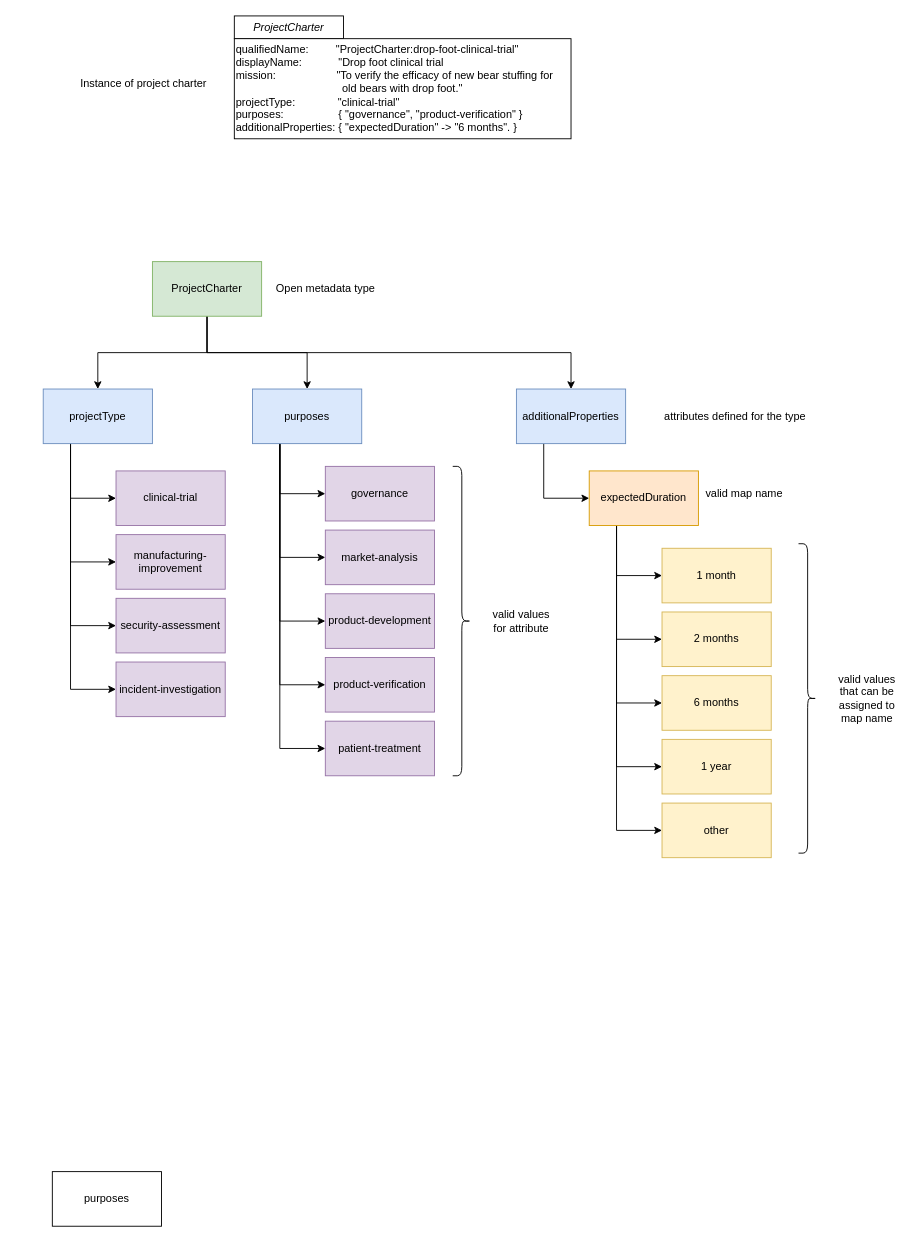
The draw.io diagram page "project-type-example" (2 of 2) of site/docs/guides/planning/valid-values/valid-metadata-values.drawio in odpi/egeria-docs, before the edit. Source tidied: cells renumbered, new cells numbered last; positions are measured from the earlier drawing's top-left corner, leaving out a move shared by most shapes. Both pictures are drawn from the tidied source at 91%, with x=0, y=0 at pixel (43, 15).
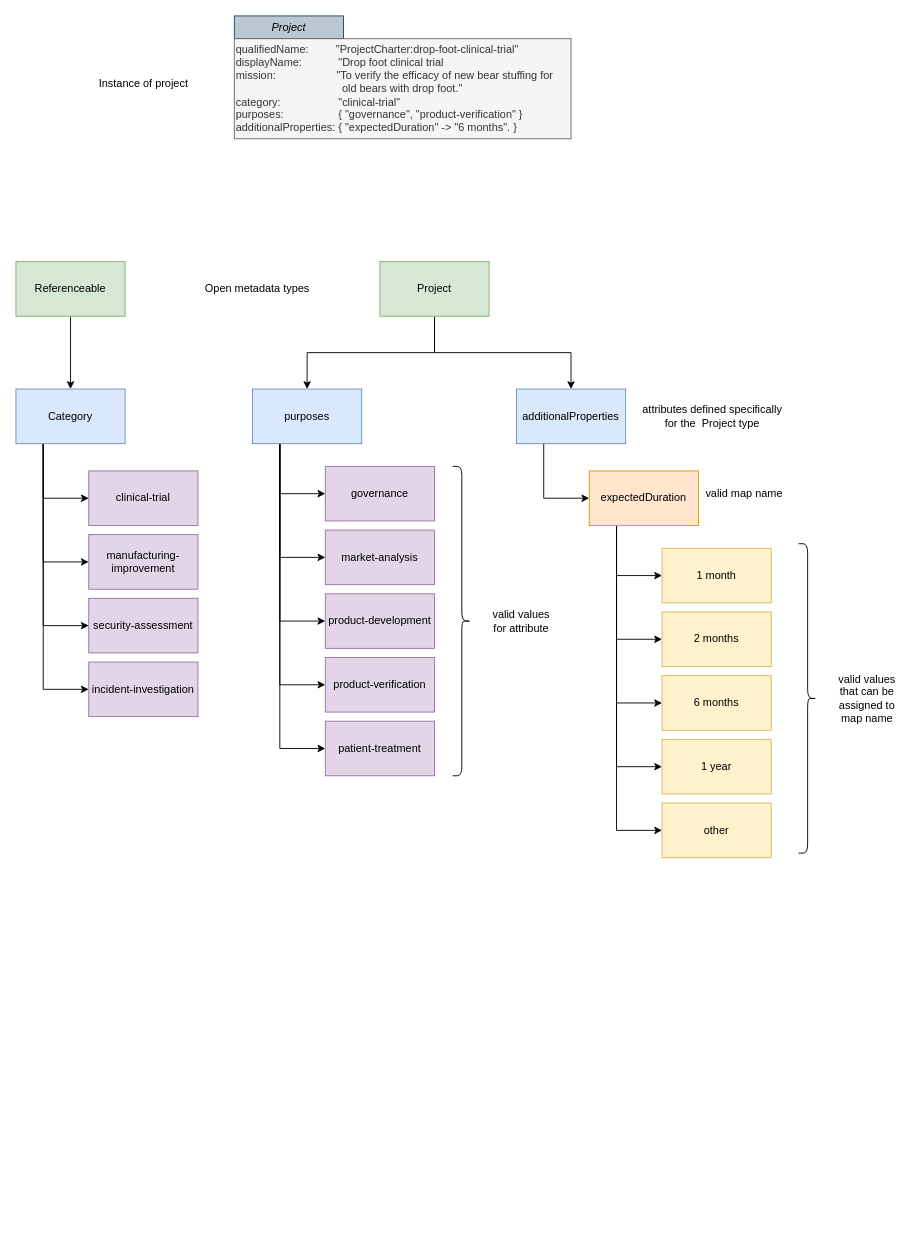
The same page after the edit.

Commit message (it also covers changes not shown here):
New valid value types for TechnologyTypes and SpecificationPropertyValues

Unchanged cells that the change refers to:
```xml
<mxCell id="20" value="purposes" style="rounded=0;whiteSpace=wrap;html=1;fillColor=#dae8fc;strokeColor=#6c8ebf;" parent="1" vertex="1">
  <mxGeometry x="230" y="410" width="120" height="60" as="geometry" />
</mxCell>
```

What changed in the source:
```diff
@@
-    <mxCell id="6" value="projectType" style="rounded=0;whiteSpace=wrap;html=1;fillColor=#dae8fc;strokeColor=#6c8ebf;" parent="1" vertex="1">
-      <mxGeometry y="410" width="120" height="60" as="geometry" />
+    <mxCell id="6" value="Category" style="rounded=0;whiteSpace=wrap;html=1;fillColor=#dae8fc;strokeColor=#6c8ebf;" parent="1" vertex="1">
+      <mxGeometry x="-30" y="410" width="120" height="60" as="geometry" />
     </mxCell>
     <mxCell id="7" value="clinical-trial" style="rounded=0;whiteSpace=wrap;html=1;fillColor=#e1d5e7;strokeColor=#9673a6;" parent="1" vertex="1">
-      <mxGeometry x="80" y="500" width="120" height="60" as="geometry" />
+      <mxGeometry x="50" y="500" width="120" height="60" as="geometry" />
     </mxCell>
     <mxCell id="8" value="manufacturing-improvement" style="rounded=0;whiteSpace=wrap;html=1;fillColor=#e1d5e7;strokeColor=#9673a6;" parent="1" vertex="1">
-      <mxGeometry x="80" y="570" width="120" height="60" as="geometry" />
+      <mxGeometry x="50" y="570" width="120" height="60" as="geometry" />
     </mxCell>
-    <mxCell id="9" style="edgeStyle=orthogonalEdgeStyle;rounded=0;jettySize=auto;html=1;exitX=0.5;exitY=1;exitDx=0;exitDy=0;entryX=0.5;entryY=0;entryDx=0;entryDy=0;" parent="1" edge="1" source="12" target="6">
+    <mxCell id="9" style="edgeStyle=orthogonalEdgeStyle;rounded=0;jettySize=auto;html=1;exitX=0.5;exitY=1;exitDx=0;exitDy=0;entryX=0.5;entryY=0;entryDx=0;entryDy=0;" parent="1" edge="1" source="50" target="6">
       <mxGeometry relative="1" as="geometry" />
     </mxCell>
     <mxCell id="10" style="edgeStyle=orthogonalEdgeStyle;rounded=0;jettySize=auto;html=1;exitX=0.5;exitY=1;exitDx=0;exitDy=0;entryX=0.5;entryY=0;entryDx=0;entryDy=0;" parent="1" edge="1" source="12" target="20">
       <mxGeometry relative="1" as="geometry">
         <Array as="points">
-          <mxPoint x="180" y="370" />
+          <mxPoint x="430" y="370" />
           <mxPoint x="290" y="370" />
         </Array>
       </mxGeometry>
     </mxCell>
@@
-    <mxCell id="12" value="ProjectCharter" style="rounded=0;whiteSpace=wrap;html=1;fillColor=#d5e8d4;strokeColor=#82b366;" parent="1" vertex="1">
-      <mxGeometry x="120" y="270" width="120" height="60" as="geometry" />
+    <mxCell id="12" value="Project" style="rounded=0;whiteSpace=wrap;html=1;fillColor=#d5e8d4;strokeColor=#82b366;" parent="1" vertex="1">
+      <mxGeometry x="370" y="270" width="120" height="60" as="geometry" />
     </mxCell>
     <mxCell id="13" value="security-assessment" style="rounded=0;whiteSpace=wrap;html=1;fillColor=#e1d5e7;strokeColor=#9673a6;" parent="1" vertex="1">
-      <mxGeometry x="80" y="640" width="120" height="60" as="geometry" />
+      <mxGeometry x="50" y="640" width="120" height="60" as="geometry" />
     </mxCell>
     <mxCell id="14" value="incident-investigation" style="rounded=0;whiteSpace=wrap;html=1;fillColor=#e1d5e7;strokeColor=#9673a6;" parent="1" vertex="1">
-      <mxGeometry x="80" y="710" width="120" height="60" as="geometry" />
+      <mxGeometry x="50" y="710" width="120" height="60" as="geometry" />
     </mxCell>
@@
-    <mxCell id="26" value="ProjectCharter" style="rounded=0;whiteSpace=wrap;html=1;fontStyle=2;" parent="1" vertex="1">
+    <mxCell id="26" value="Project" style="rounded=0;whiteSpace=wrap;html=1;fontStyle=2;fillColor=#bac8d3;strokeColor=#23445d;fontColor=#000000;" parent="1" vertex="1">
       <mxGeometry x="210" width="120" height="25" as="geometry" />
     </mxCell>
-    <mxCell id="27" value="qualifiedName:&amp;nbsp; &amp;nbsp; &amp;nbsp; &amp;nbsp; &amp;nbsp;&quot;ProjectCharter:drop-foot-clinical-trial&quot;&lt;br&gt;displayName:&amp;nbsp; &amp;nbsp; &amp;nbsp; &amp;nbsp; &amp;nbsp; &amp;nbsp; &quot;Drop foot clinical trial&lt;br&gt;mission:&amp;nbsp; &amp;nbsp; &amp;nbsp; &amp;nbsp; &amp;nbsp; &amp;nbsp; &amp;nbsp; &amp;nbsp; &amp;nbsp; &amp;nbsp; &quot;To verify the efficacy of new bear stuffing for &lt;br&gt;&amp;nbsp; &amp;nbsp; &amp;nbsp; &amp;nbsp; &amp;nbsp; &amp;nbsp; &amp;nbsp; &amp;nbsp; &amp;nbsp; &amp;nbsp; &amp;nbsp; &amp;nbsp; &amp;nbsp; &amp;nbsp; &amp;nbsp; &amp;nbsp; &amp;nbsp; &amp;nbsp;old bears with drop foot.&quot;&lt;br&gt;projectType:&amp;nbsp; &amp;nbsp; &amp;nbsp; &amp;nbsp; &amp;nbsp; &amp;nbsp; &amp;nbsp; &quot;clinical-trial&quot;&lt;br&gt;purposes:&amp;nbsp; &amp;nbsp; &amp;nbsp; &amp;nbsp; &amp;nbsp; &amp;nbsp; &amp;nbsp; &amp;nbsp; &amp;nbsp; { &quot;governance&quot;, &quot;product-verification&quot; }&lt;br&gt;additionalProperties: { &quot;expectedDuration&quot; -&amp;gt; &quot;6 months&quot;. }" style="rounded=0;whiteSpace=wrap;html=1;align=left;" parent="1" vertex="1">
+    <mxCell id="27" value="qualifiedName:&amp;nbsp; &amp;nbsp; &amp;nbsp; &amp;nbsp; &amp;nbsp;&quot;ProjectCharter:drop-foot-clinical-trial&quot;&lt;br&gt;displayName:&amp;nbsp; &amp;nbsp; &amp;nbsp; &amp;nbsp; &amp;nbsp; &amp;nbsp; &quot;Drop foot clinical trial&lt;br&gt;mission:&amp;nbsp; &amp;nbsp; &amp;nbsp; &amp;nbsp; &amp;nbsp; &amp;nbsp; &amp;nbsp; &amp;nbsp; &amp;nbsp; &amp;nbsp; &quot;To verify the efficacy of new bear stuffing for &lt;br&gt;&amp;nbsp; &amp;nbsp; &amp;nbsp; &amp;nbsp; &amp;nbsp; &amp;nbsp; &amp;nbsp; &amp;nbsp; &amp;nbsp; &amp;nbsp; &amp;nbsp; &amp;nbsp; &amp;nbsp; &amp;nbsp; &amp;nbsp; &amp;nbsp; &amp;nbsp; &amp;nbsp;old bears with drop foot.&quot;&lt;br&gt;category:&amp;nbsp; &amp;nbsp; &amp;nbsp; &amp;nbsp; &amp;nbsp; &amp;nbsp; &amp;nbsp; &amp;nbsp; &amp;nbsp; &amp;nbsp;&quot;clinical-trial&quot;&lt;br&gt;purposes:&amp;nbsp; &amp;nbsp; &amp;nbsp; &amp;nbsp; &amp;nbsp; &amp;nbsp; &amp;nbsp; &amp;nbsp; &amp;nbsp; { &quot;governance&quot;, &quot;product-verification&quot; }&lt;br&gt;additionalProperties: { &quot;expectedDuration&quot; -&amp;gt; &quot;6 months&quot;. }" style="rounded=0;whiteSpace=wrap;html=1;align=left;fillColor=#f5f5f5;fontColor=#333333;strokeColor=#666666;" parent="1" vertex="1">
       <mxGeometry x="210" y="25" width="370" height="110" as="geometry" />
     </mxCell>
-    <mxCell id="28" value="purposes" style="rounded=0;whiteSpace=wrap;html=1;" parent="1" vertex="1">
-      <mxGeometry x="10" y="1270" width="120" height="60" as="geometry" />
-    </mxCell>
@@
-    <mxCell id="42" value="Open metadata type" style="text;html=1;align=center;verticalAlign=middle;strokeColor=none;fillColor=none;" parent="1" vertex="1">
-      <mxGeometry x="245" y="285" width="130" height="30" as="geometry" />
+    <mxCell id="42" value="Open metadata types" style="text;html=1;align=center;verticalAlign=middle;strokeColor=none;fillColor=none;" parent="1" vertex="1">
+      <mxGeometry x="165" y="285" width="140" height="30" as="geometry" />
     </mxCell>
-    <mxCell id="43" value="attributes defined for the type" style="text;html=1;align=center;verticalAlign=middle;strokeColor=none;fillColor=none;" parent="1" vertex="1">
-      <mxGeometry x="670" y="425" width="180" height="30" as="geometry" />
+    <mxCell id="43" value="attributes defined specifically&lt;div&gt;for the&amp;nbsp; Project type&lt;/div&gt;" style="text;html=1;align=center;verticalAlign=middle;strokeColor=none;fillColor=none;" parent="1" vertex="1">
+      <mxGeometry x="645" y="420" width="180" height="40" as="geometry" />
     </mxCell>
@@
-    <mxCell id="49" value="Instance of project charter" style="text;html=1;align=center;verticalAlign=middle;strokeColor=none;fillColor=none;" parent="1" vertex="1">
-      <mxGeometry x="30" y="60" width="160" height="30" as="geometry" />
+    <mxCell id="49" value="Instance of project" style="text;html=1;align=center;verticalAlign=middle;strokeColor=none;fillColor=none;" parent="1" vertex="1">
+      <mxGeometry x="50" y="60" width="120" height="30" as="geometry" />
     </mxCell>
+    <mxCell id="50" value="Referenceable" style="rounded=0;whiteSpace=wrap;html=1;fillColor=#d5e8d4;strokeColor=#82b366;" parent="1" vertex="1">
+      <mxGeometry x="-30" y="270" width="120" height="60" as="geometry" />
+    </mxCell>
```
